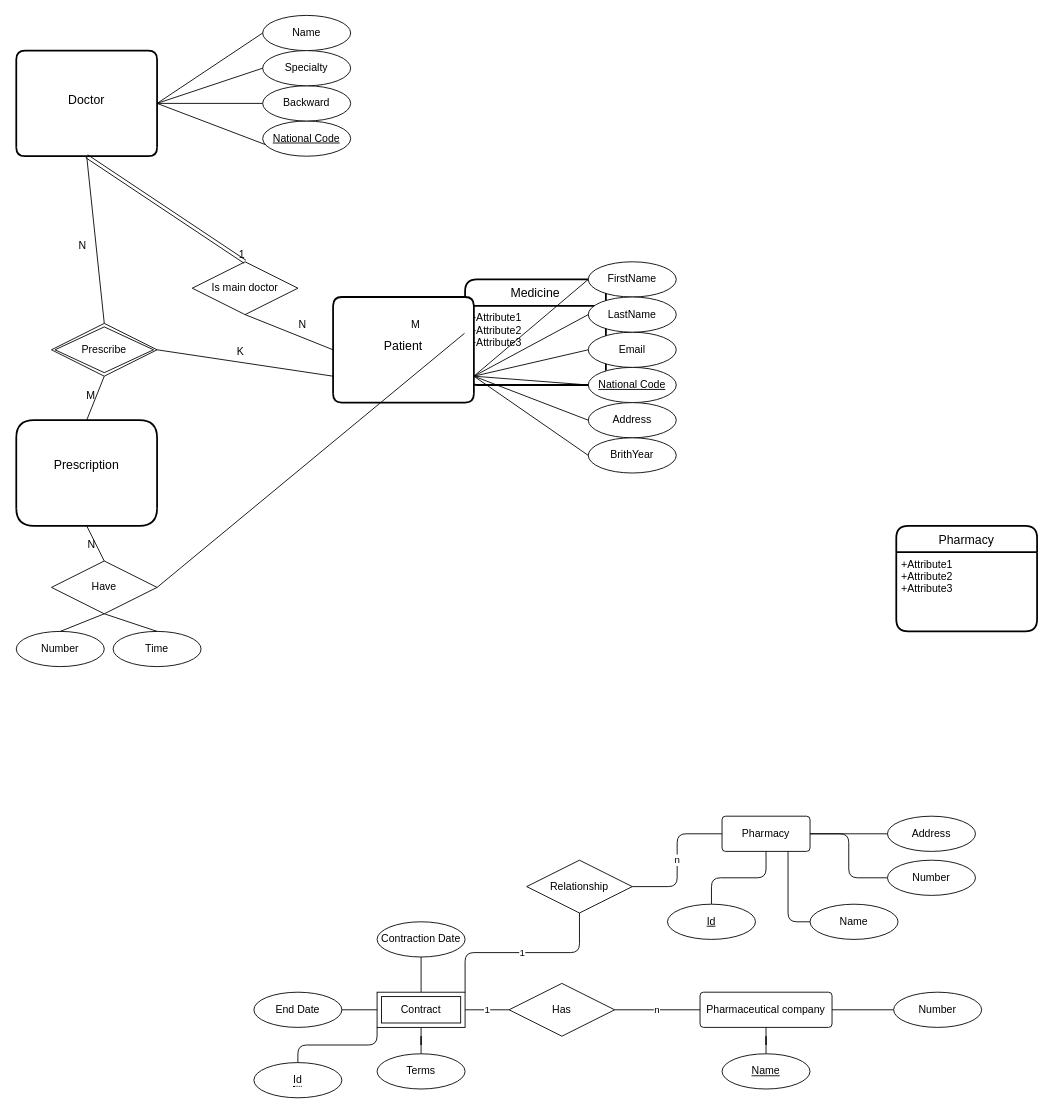
yasharzb/Health-Management keeps this draw.io diagram as Untitled Diagram.drawio. Above is the earlier version. Source tidied: cells renumbered, new cells numbered last; positions are measured from the earlier drawing's top-left corner, leaving out a move shared by most shapes. Both pictures are drawn from the tidied source at 88%, with x=0, y=0 at pixel (16, 15).
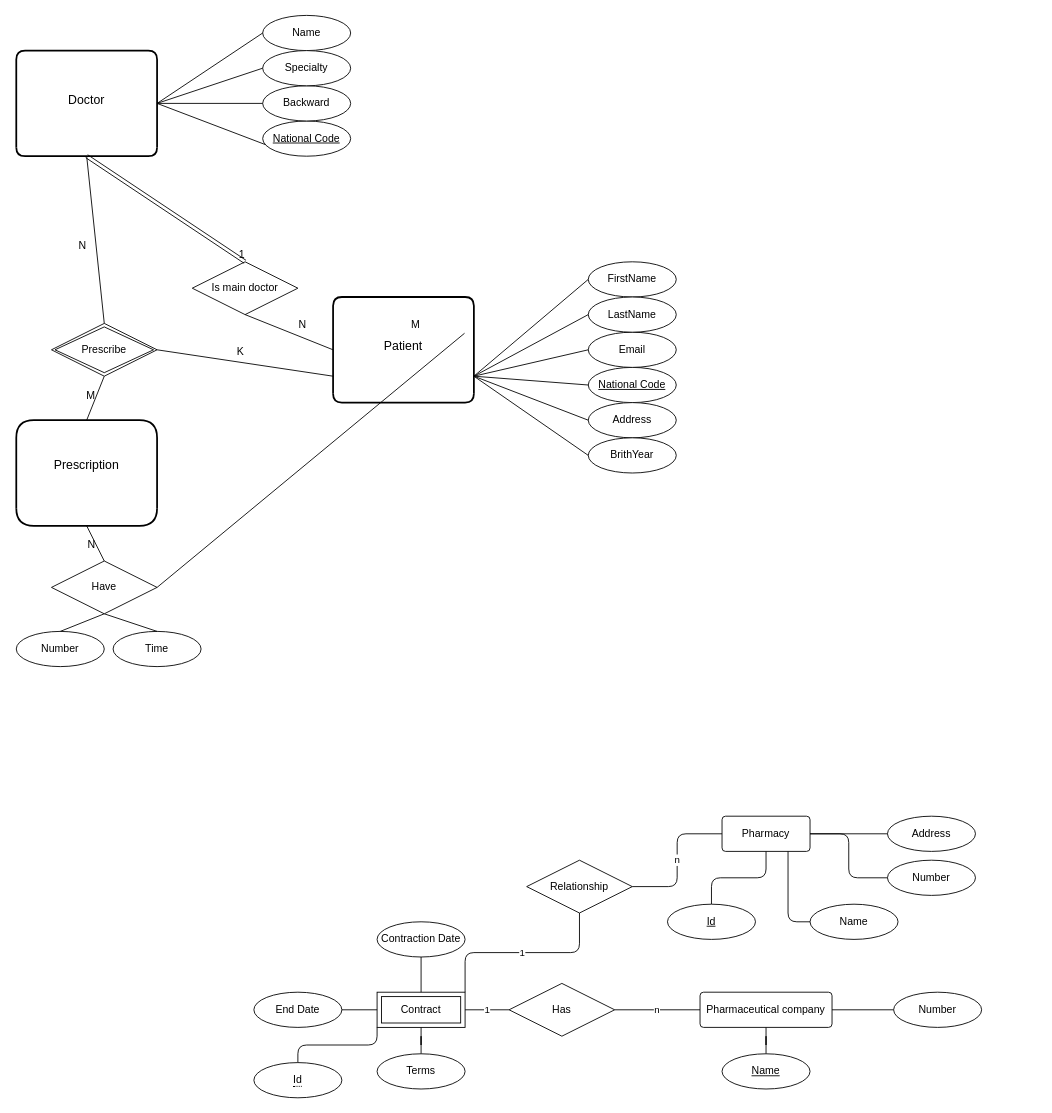
The same page after the edit.

Commit message:
Delete old entities

The change refers to these unchanged cells:
```xml
<mxCell id="42" value="Have" style="shape=rhombus;perimeter=rhombusPerimeter;whiteSpace=wrap;html=1;align=center;" parent="1" vertex="1">
  <mxGeometry x="40" y="620" width="120" height="60" as="geometry" />
</mxCell>
```

Diff of the diagram source:
```diff
@@
-    <mxCell id="3" value="Medicine" style="swimlane;horizontal=1;startSize=30;rounded=1;fontSize=14;fontStyle=0;strokeWidth=2;shadow=0;dashed=0;align=center;" parent="1" vertex="1">
-      <mxGeometry x="510" y="300" width="160" height="120" as="geometry" />
-    </mxCell>
-    <mxCell id="4" value="+Attribute1&#10;+Attribute2&#10;+Attribute3" style="align=left;strokeColor=none;fillColor=none;spacingLeft=4;fontSize=12;verticalAlign=top;" parent="3" vertex="1">
-      <mxGeometry y="30" width="160" height="90" as="geometry" />
-    </mxCell>
@@
-    <mxCell id="6" value="Pharmacy" style="swimlane;horizontal=1;startSize=30;rounded=1;fontSize=14;fontStyle=0;strokeWidth=2;shadow=0;dashed=0;align=center;" parent="1" vertex="1">
-      <mxGeometry x="1000" y="580" width="160" height="120" as="geometry" />
-    </mxCell>
-    <mxCell id="7" value="+Attribute1&#10;+Attribute2&#10;+Attribute3" style="align=left;strokeColor=none;fillColor=none;spacingLeft=4;fontSize=12;verticalAlign=top;" parent="6" vertex="1">
-      <mxGeometry y="30" width="160" height="90" as="geometry" />
-    </mxCell>
@@
-    <mxCell id="45" style="endArrow=none;html=1;rounded=0;strokeColor=#000000;exitX=1;exitY=0.5;exitDx=0;exitDy=0;entryX=-0.004;entryY=0.347;entryDx=0;entryDy=0;entryPerimeter=0;" parent="1" edge="1" source="42" target="4">
-      <mxGeometry relative="1" as="geometry" />
+    <mxCell id="45" style="endArrow=none;html=1;rounded=0;strokeColor=#000000;exitX=1;exitY=0.5;exitDx=0;exitDy=0;entryX=-0.004;entryY=0.347;entryDx=0;entryDy=0;entryPerimeter=0;" parent="1" edge="1" source="42">
+      <mxGeometry relative="1" as="geometry">
+        <mxPoint x="509.4" y="361.2" as="targetPoint" />
+      </mxGeometry>
     </mxCell>
```
